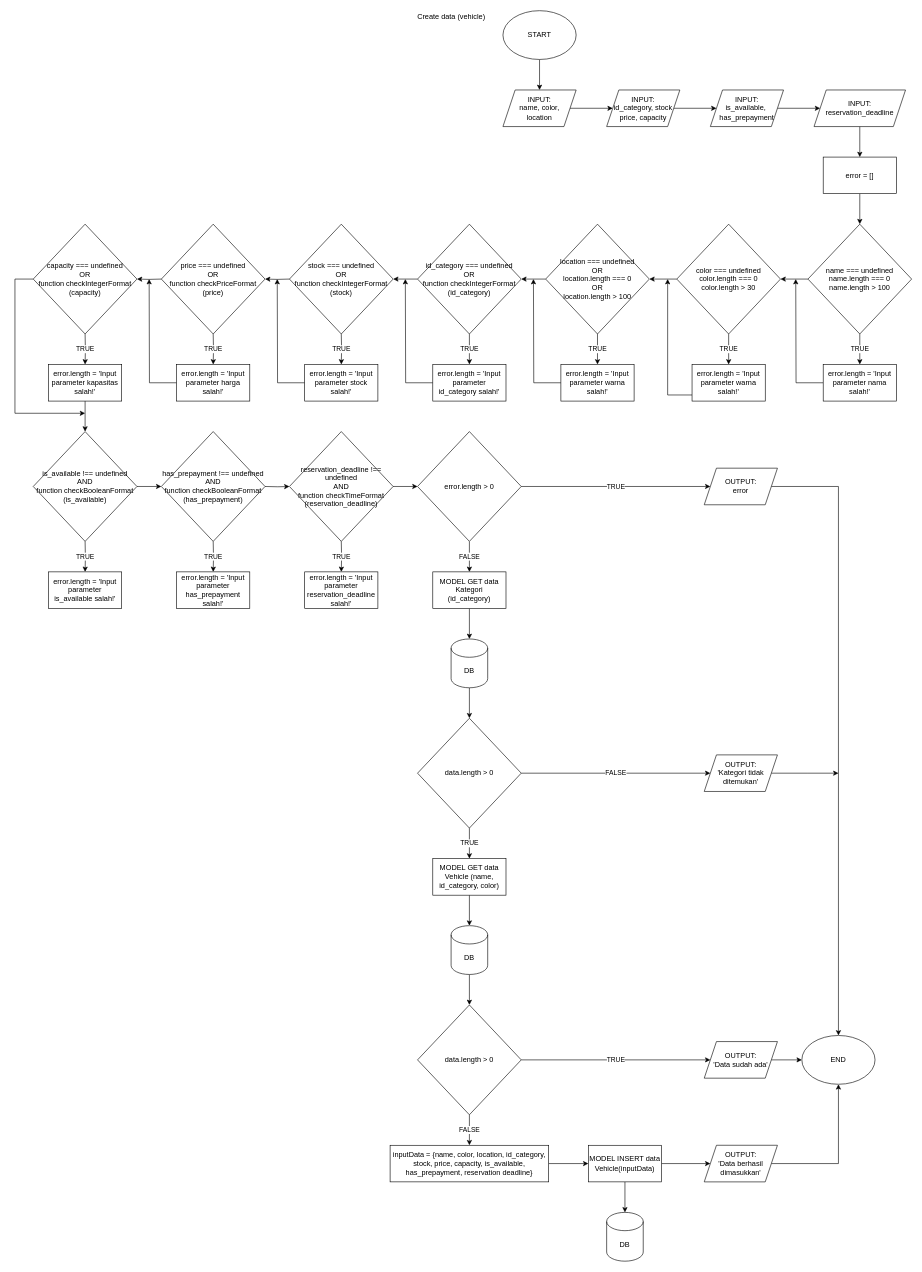
7shiroi/fw5-backend-beginner keeps this draw.io diagram as page "Insert data (vehicle)" (2 of 6) of drawio/flowchart.drawio. Above is the earlier version. Source tidied: cells renumbered, new cells numbered last; positions are measured from the earlier drawing's top-left corner, leaving out a move shared by most shapes. Both pictures are drawn from the tidied source at 61%, with x=0, y=0 at pixel (15, 10).
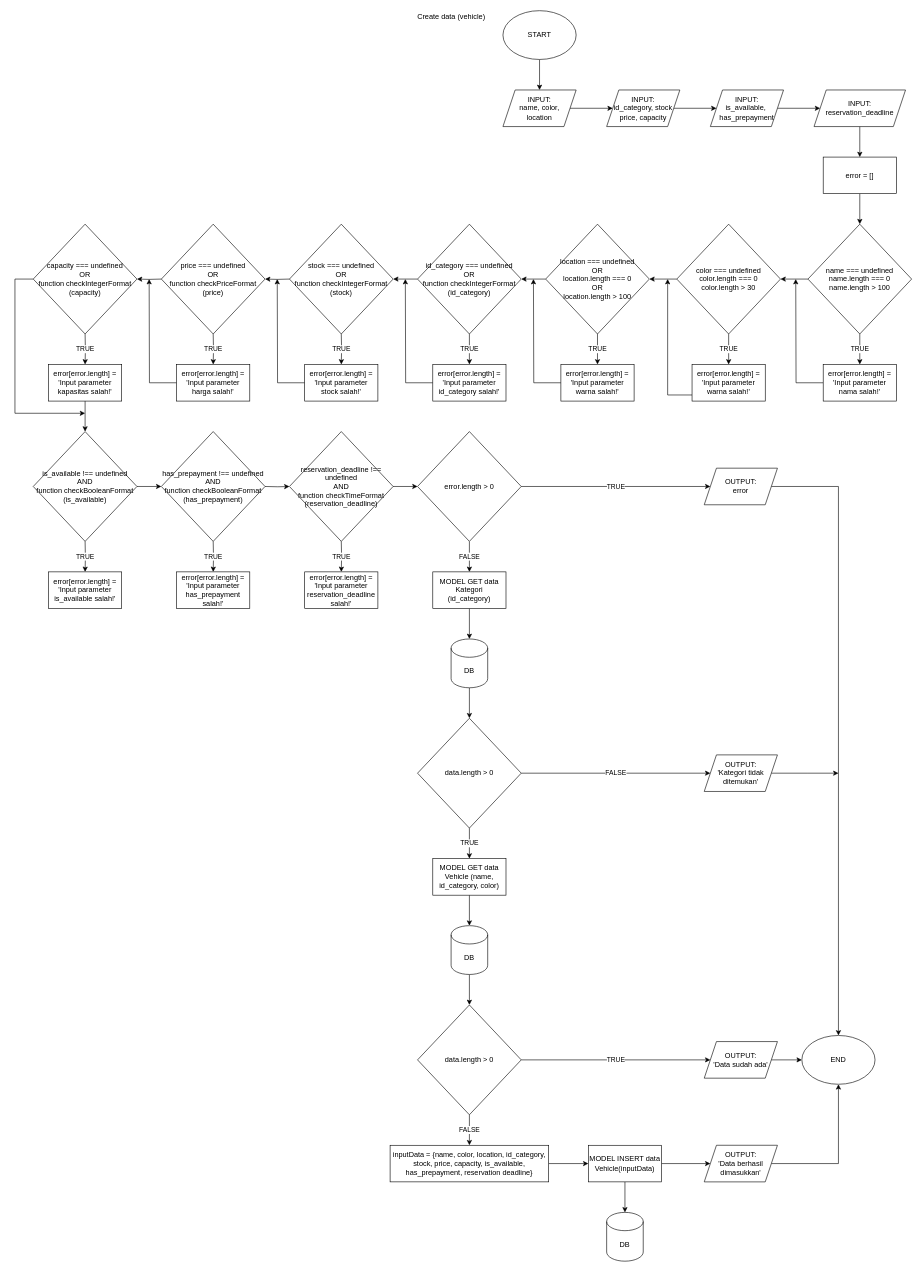
After the change.

What changed in the source:
```diff
@@
-    <mxCell id="25" value="error.length = 'Input parameter nama salah!'" style="rounded=0;whiteSpace=wrap;html=1;" parent="1" vertex="1">
+    <mxCell id="25" value="error[error.length] = 'Input parameter nama salah!'" style="rounded=0;whiteSpace=wrap;html=1;" parent="1" vertex="1">
       <mxGeometry x="1325" y="580" width="120" height="60" as="geometry" />
     </mxCell>
@@
-    <mxCell id="27" value="error.length = 'Input parameter warna salah!'" style="rounded=0;whiteSpace=wrap;html=1;" parent="1" vertex="1">
+    <mxCell id="27" value="error[error.length] = 'Input parameter warna salah!'" style="rounded=0;whiteSpace=wrap;html=1;" parent="1" vertex="1">
       <mxGeometry x="1110" y="580" width="120" height="60" as="geometry" />
     </mxCell>
@@
-    <mxCell id="29" value="error.length = 'Input parameter warna salah!'" style="rounded=0;whiteSpace=wrap;html=1;" parent="1" vertex="1">
+    <mxCell id="29" value="error[error.length] = 'Input parameter warna salah!'" style="rounded=0;whiteSpace=wrap;html=1;" parent="1" vertex="1">
       <mxGeometry x="895" y="580" width="120" height="60" as="geometry" />
     </mxCell>
@@
-    <mxCell id="34" value="error.length = 'Input parameter id_category salah!'" style="rounded=0;whiteSpace=wrap;html=1;" parent="1" vertex="1">
+    <mxCell id="34" value="error[error.length] = 'Input parameter id_category salah!'" style="rounded=0;whiteSpace=wrap;html=1;" parent="1" vertex="1">
       <mxGeometry x="685" y="580" width="120" height="60" as="geometry" />
     </mxCell>
@@
-    <mxCell id="38" value="error.length = 'Input parameter stock salah!'" style="rounded=0;whiteSpace=wrap;html=1;" parent="1" vertex="1">
+    <mxCell id="38" value="error[error.length] = 'Input parameter stock salah!'" style="rounded=0;whiteSpace=wrap;html=1;" parent="1" vertex="1">
       <mxGeometry x="475" y="580" width="120" height="60" as="geometry" />
     </mxCell>
@@
-    <mxCell id="43" value="error.length = 'Input parameter harga salah!'" style="rounded=0;whiteSpace=wrap;html=1;" parent="1" vertex="1">
+    <mxCell id="43" value="error[error.length] = 'Input parameter harga salah!'" style="rounded=0;whiteSpace=wrap;html=1;" parent="1" vertex="1">
       <mxGeometry x="265" y="580" width="120" height="60" as="geometry" />
     </mxCell>
@@
-    <mxCell id="49" value="error.length = 'Input parameter kapasitas salah!'" style="rounded=0;whiteSpace=wrap;html=1;" parent="1" vertex="1">
+    <mxCell id="49" value="error[error.length] = 'Input parameter kapasitas salah!'" style="rounded=0;whiteSpace=wrap;html=1;" parent="1" vertex="1">
       <mxGeometry x="55" y="580" width="120" height="60" as="geometry" />
     </mxCell>
@@
-    <mxCell id="53" value="error.length = 'Input parameter is_available salah!'" style="rounded=0;whiteSpace=wrap;html=1;" parent="1" vertex="1">
+    <mxCell id="53" value="error[error.length] = 'Input parameter is_available salah!'" style="rounded=0;whiteSpace=wrap;html=1;" parent="1" vertex="1">
       <mxGeometry x="55" y="920" width="120" height="60" as="geometry" />
     </mxCell>
@@
-    <mxCell id="56" value="error.length = 'Input parameter has_prepayment salah!'" style="rounded=0;whiteSpace=wrap;html=1;" parent="1" vertex="1">
+    <mxCell id="56" value="error[error.length] = 'Input parameter has_prepayment salah!'" style="rounded=0;whiteSpace=wrap;html=1;" parent="1" vertex="1">
       <mxGeometry x="265" y="920" width="120" height="60" as="geometry" />
     </mxCell>
@@
-    <mxCell id="61" value="error.length = 'Input parameter reservation_deadline salah!'" style="rounded=0;whiteSpace=wrap;html=1;" parent="1" vertex="1">
+    <mxCell id="61" value="error[error.length] = 'Input parameter reservation_deadline salah!'" style="rounded=0;whiteSpace=wrap;html=1;" parent="1" vertex="1">
       <mxGeometry x="475" y="920" width="120" height="60" as="geometry" />
     </mxCell>
```
